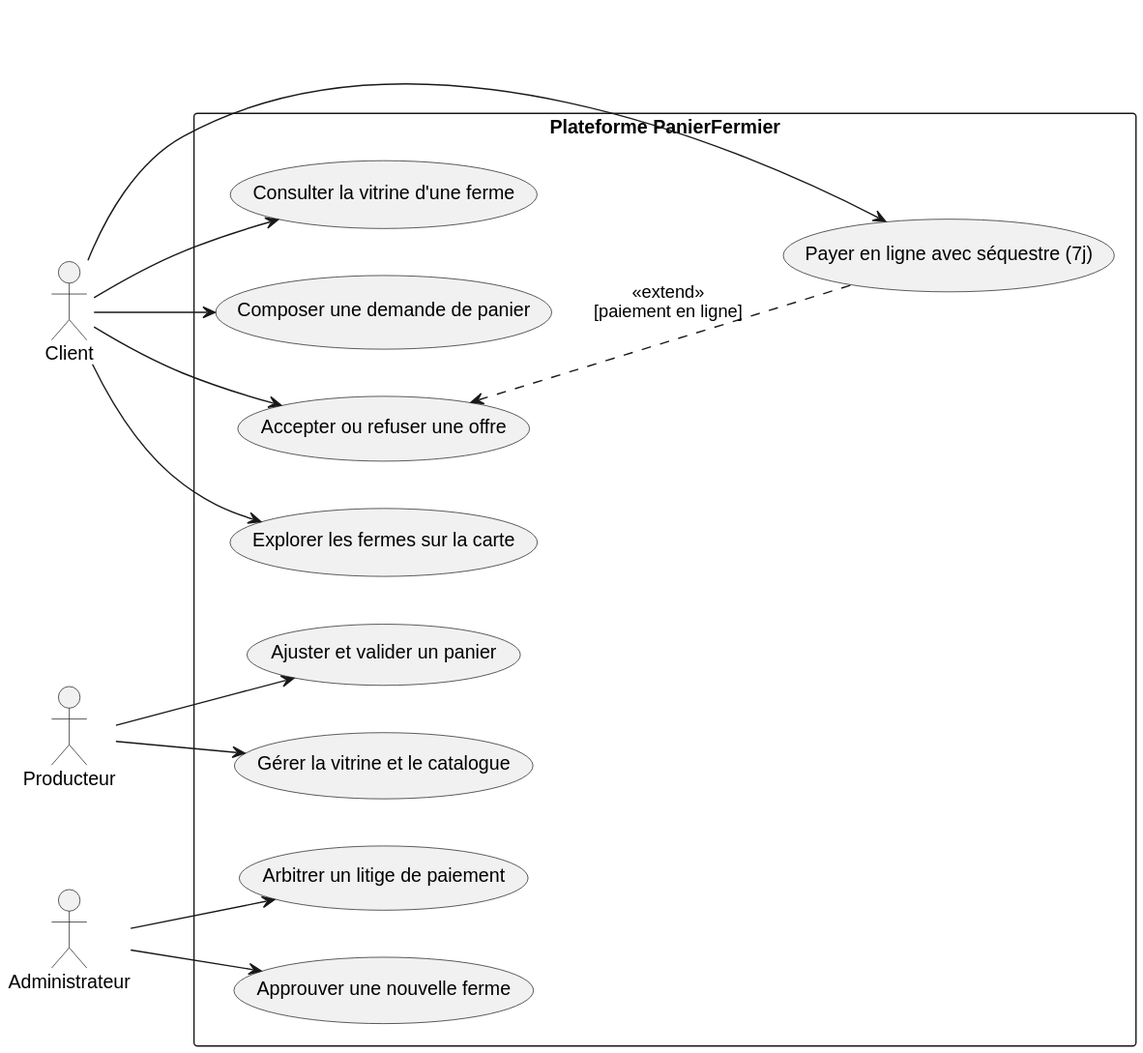
Earlier version of the PlantUML export assets/diagrams/use-case.svg (Uhrbaan/reis-panier-fermier).
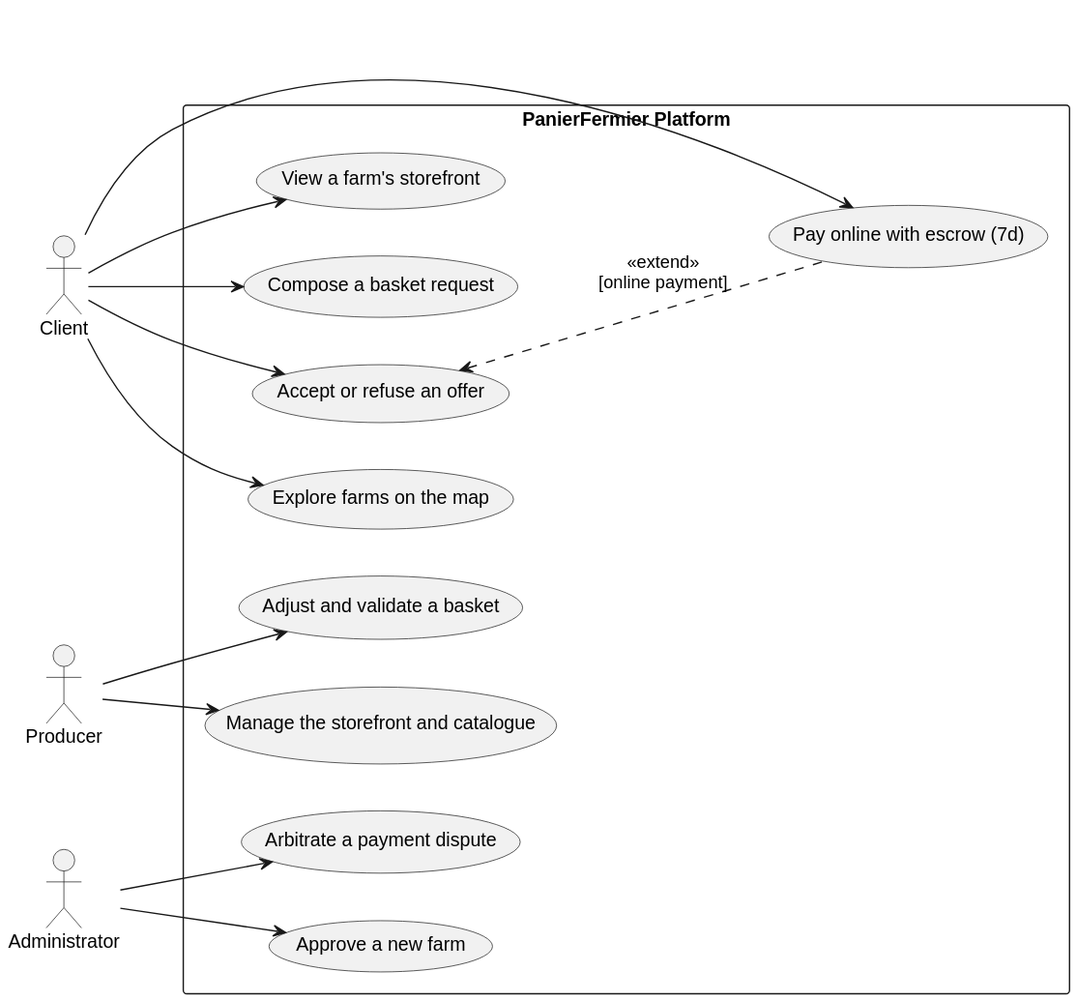
After the commit.

What changed in the source:
```diff
@@ -3,19 +3,19 @@
 skinparam shadowing false
 
 actor "Client" as Client
-actor "Producteur" as Producteur
-actor "Administrateur" as Admin
+actor "Producer" as Producer
+actor "Administrator" as Admin
 
-rectangle "Plateforme PanierFermier" {
-    usecase "Explorer les fermes sur la carte" as UC1
-    usecase "Consulter la vitrine d'une ferme" as UC2
-    usecase "Composer une demande de panier" as UC3
-    usecase "Accepter ou refuser une offre" as UC4
-    usecase "Payer en ligne avec séquestre (7j)" as UC5
-    usecase "Gérer la vitrine et le catalogue" as UC6
-    usecase "Ajuster et valider un panier" as UC7
-    usecase "Approuver une nouvelle ferme" as UC8
-    usecase "Arbitrer un litige de paiement" as UC9
+rectangle "PanierFermier Platform" {
+    usecase "Explore farms on the map" as UC1
+    usecase "View a farm's storefront" as UC2
+    usecase "Compose a basket request" as UC3
+    usecase "Accept or refuse an offer" as UC4
+    usecase "Pay online with escrow (7d)" as UC5
+    usecase "Manage the storefront and catalogue" as UC6
+    usecase "Adjust and validate a basket" as UC7
+    usecase "Approve a new farm" as UC8
+    usecase "Arbitrate a payment dispute" as UC9
 }
 
 Client --> UC1
@@ -24,11 +24,11 @@
 Client --> UC4
 Client --> UC5
 
-Producteur --> UC6
-Producteur --> UC7
+Producer --> UC6
+Producer --> UC7
 
 Admin --> UC8
 Admin --> UC9
 
-UC4 <.. UC5 : <<extend>>\n[paiement en ligne]
+UC4 <.. UC5 : <<extend>>\n[online payment]
 @enduml
```
